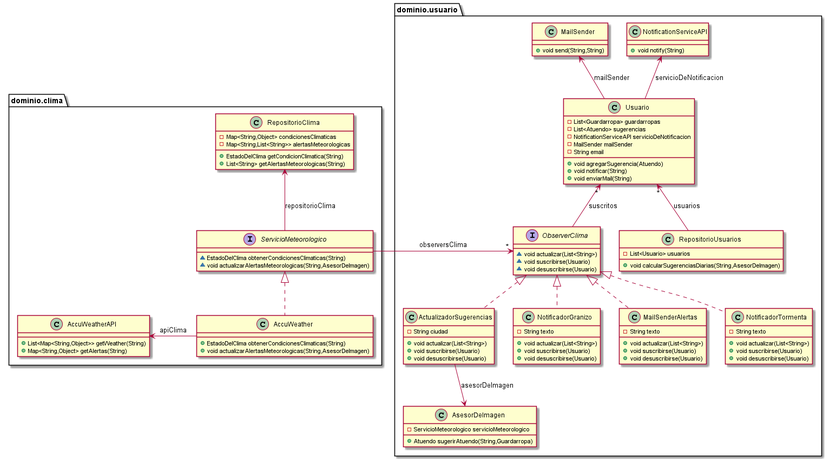
Above: diagramas/qmp6.png in AlejandroDeheza/QMP (PlantUML), before the change.
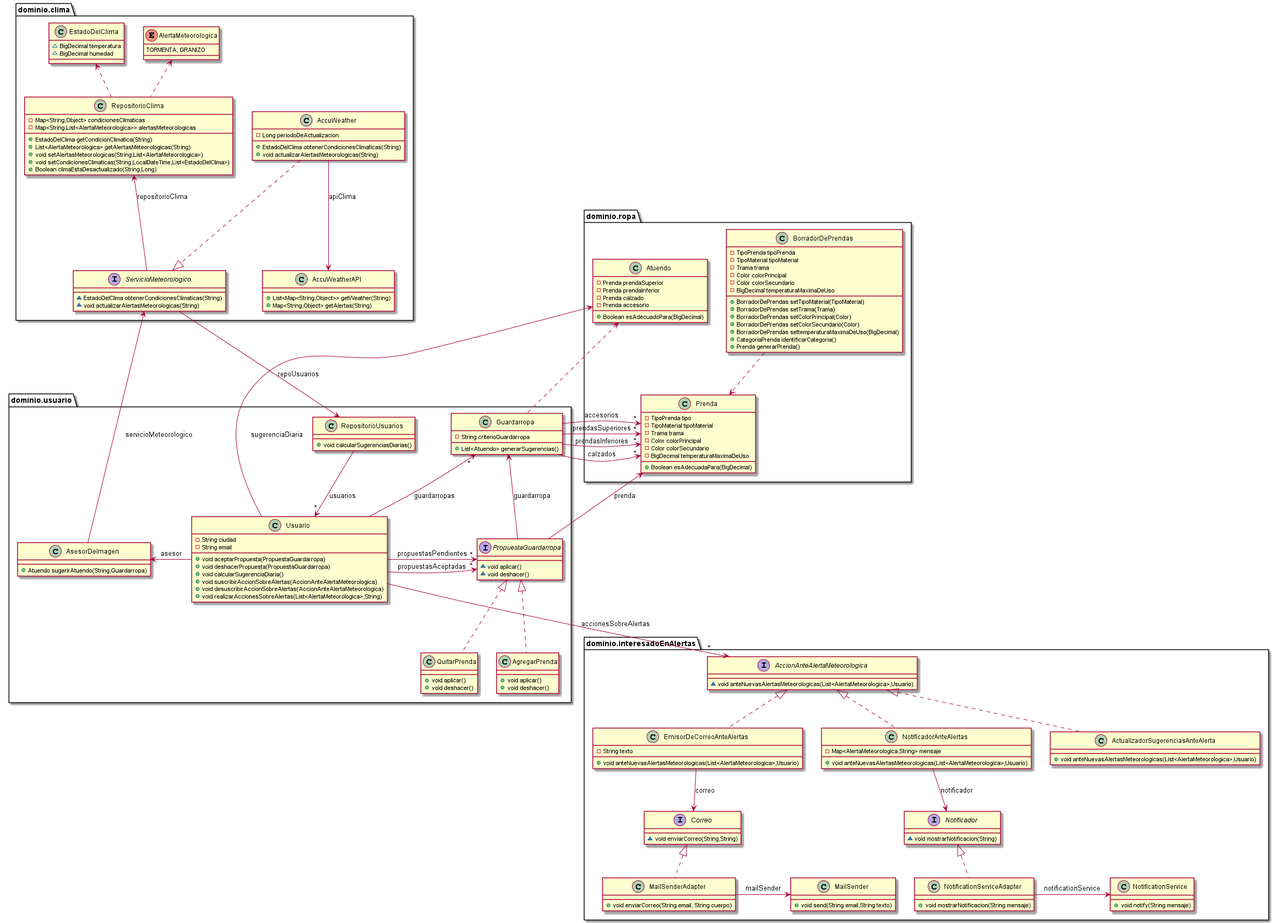
After the change.

Commit message:
agrego diagramas

What changed in the source:
```diff
@@ -1,88 +1,174 @@
 @startuml
 
-class dominio.usuario.NotificationServiceAPI {
-+ void notify(String)
+enum dominio.clima.AlertaMeteorologica {
+  TORMENTA, GRANIZO
 }
-class dominio.usuario.ActualizadorSugerencias {
-- String ciudad
-+ void actualizar(List<String>)
-+ void suscribirse(Usuario)
-+ void desuscribirse(Usuario)
+class dominio.interesadoEnAlertas.NotificationService {
++ void notify(String mensaje)
 }
 class dominio.usuario.Usuario {
-- List<Guardarropa> guardarropas
-- List<Atuendo> sugerencias
-- NotificationServiceAPI servicioDeNotificacion
-- MailSender mailSender
+- String ciudad
 - String email
-+ void agregarSugerencia(Atuendo)
-+ void notificar(String)
-+ void enviarMail(String)
++ void aceptarPropuesta(PropuestaGuardarropa)
++ void deshacerPropuesta(PropuestaGuardarropa)
++ void calcularSugerenciaDiaria()
++ void suscribirAccionSobreAlertas(AccionAnteAlertaMeteorologica)
++ void desuscribirAccionSobreAlertas(AccionAnteAlertaMeteorologica)
++ void realizarAccionesSobreAlertas(List<AlertaMeteorologica>,String)
 }
-class dominio.usuario.NotificadorGranizo {
-- String texto
-+ void actualizar(List<String>)
-+ void suscribirse(Usuario)
-+ void desuscribirse(Usuario)
+class dominio.ropa.BorradorDePrendas {
+- TipoPrenda tipoPrenda
+- TipoMaterial tipoMaterial
+- Trama trama
+- Color colorPrincipal
+- Color colorSecundario
+- BigDecimal temperaturaMaximaDeUso
++ BorradorDePrendas setTipoMaterial(TipoMaterial)
++ BorradorDePrendas setTrama(Trama)
++ BorradorDePrendas setColorPrincipal(Color)
++ BorradorDePrendas setColorSecundario(Color)
++ BorradorDePrendas settemperaturaMaximaDeUso(BigDecimal)
++ CategoriaPrenda identificarCategoria()
++ Prenda generarPrenda()
 }
-interface dominio.usuario.ObserverClima {
-~ void actualizar(List<String>)
-~ void suscribirse(Usuario)
-~ void desuscribirse(Usuario)
+class dominio.usuario.Guardarropa {
+- String criterioGuardarropa
++ List<Atuendo> generarSugerencias()
 }
-class dominio.usuario.MailSenderAlertas {
-- String texto
-+ void actualizar(List<String>)
-+ void suscribirse(Usuario)
-+ void desuscribirse(Usuario)
+class dominio.usuario.AgregarPrenda {
++ void aplicar()
++ void deshacer()
+}
+class dominio.clima.EstadoDelClima {
+~ BigDecimal temperatura
+~ BigDecimal humedad
+}
+class dominio.interesadoEnAlertas.MailSender {
++ void send(String email,String texto)
+}
+class dominio.ropa.Prenda {
+- TipoPrenda tipo
+- TipoMaterial tipoMaterial
+- Trama trama
+- Color colorPrincipal
+- Color colorSecundario
+- BigDecimal temperaturaMaximaDeUso
++ Boolean esAdecuadaPara(BigDecimal)
 }
 class dominio.clima.AccuWeatherAPI {
 + List<Map<String,Object>> getWeather(String)
 + Map<String,Object> getAlertas(String)
 }
+interface dominio.interesadoEnAlertas.Correo {
+~ void enviarCorreo(String,String)
+}
+class dominio.interesadoEnAlertas.ActualizadorSugerenciasAnteAlerta {
++ void anteNuevasAlertasMeteorologicas(List<AlertaMeteorologica>,Usuario)
+}
 class dominio.usuario.AsesorDeImagen {
-- ServicioMeteorologico servicioMeteorologico
 + Atuendo sugerirAtuendo(String,Guardarropa)
 }
+interface dominio.interesadoEnAlertas.Notificador {
+~ void mostrarNotificacion(String)
+}
+class dominio.interesadoEnAlertas.NotificadorAnteAlertas {
+- Map<AlertaMeteorologica,String> mensaje
++ void anteNuevasAlertasMeteorologicas(List<AlertaMeteorologica>,Usuario)
+}
 class dominio.usuario.RepositorioUsuarios {
-- List<Usuario> usuarios
-+ void calcularSugerenciasDiarias(String,AsesorDeImagen)
++ void calcularSugerenciasDiarias()
+}
+class dominio.interesadoEnAlertas.EmisorDeCorreoAnteAlertas {
+- String texto
++ void anteNuevasAlertasMeteorologicas(List<AlertaMeteorologica>,Usuario)
 }
 class dominio.clima.AccuWeather {
+- Long periodoDeActualizacion
 + EstadoDelClima obtenerCondicionesClimaticas(String)
-+ void actualizarAlertasMeteorologicas(String,AsesorDeImagen)
++ void actualizarAlertasMeteorologicas(String)
+}
+class dominio.usuario.QuitarPrenda {
++ void aplicar()
++ void deshacer()
 }
 class dominio.clima.RepositorioClima {
 - Map<String,Object> condicionesClimaticas
-- Map<String,List<String>> alertasMeteorologicas
+- Map<String,List<AlertaMeteorologica>> alertasMeteorologicas
 + EstadoDelClima getCondicionClimatica(String)
-+ List<String> getAlertasMeteorologicas(String)
++ List<AlertaMeteorologica> getAlertasMeteorologicas(String)
++ void setAlertasMeteorologicas(String,List<AlertaMeteorologica>)
++ void setCondicionesClimaticas(String,LocalDateTime,List<EstadoDelClima>)
++ Boolean climaEstaDesactualizado(String,Long)
 }
 interface dominio.clima.ServicioMeteorologico {
 ~ EstadoDelClima obtenerCondicionesClimaticas(String)
-~ void actualizarAlertasMeteorologicas(String,AsesorDeImagen)
+~ void actualizarAlertasMeteorologicas(String)
 }
-class dominio.usuario.NotificadorTormenta {
-- String texto
-+ void actualizar(List<String>)
-+ void suscribirse(Usuario)
-+ void desuscribirse(Usuario)
+interface dominio.interesadoEnAlertas.AccionAnteAlertaMeteorologica {
+~ void anteNuevasAlertasMeteorologicas(List<AlertaMeteorologica>,Usuario)
 }
-class dominio.usuario.MailSender {
-+ void send(String,String)
+interface dominio.usuario.PropuestaGuardarropa {
+~ void aplicar()
+~ void deshacer()
+}
+class dominio.ropa.Atuendo {
+- Prenda prendaSuperior
+- Prenda prendaInferior
+- Prenda calzado
+- Prenda accesorio
++ Boolean esAdecuadoPara(BigDecimal)
 }
 
-dominio.clima.ServicioMeteorologico <|.. dominio.clima.AccuWeather
-dominio.usuario.ObserverClima <|.. dominio.usuario.ActualizadorSugerencias
-dominio.usuario.ObserverClima <|.. dominio.usuario.NotificadorGranizo
-dominio.usuario.ObserverClima <|.. dominio.usuario.MailSenderAlertas
-dominio.usuario.ObserverClima <|.. dominio.usuario.NotificadorTormenta
-dominio.usuario.ObserverClima "*" <-left- dominio.clima.ServicioMeteorologico: observersClima
-dominio.clima.RepositorioClima <-- dominio.clima.ServicioMeteorologico: repositorioClima
-dominio.clima.AccuWeatherAPI <-right- dominio.clima.AccuWeather: apiClima
-dominio.usuario.Usuario "*" <-- dominio.usuario.ObserverClima : suscritos
-dominio.usuario.Usuario "*" <-- dominio.usuario.RepositorioUsuarios: usuarios
-dominio.usuario.NotificationServiceAPI <-- dominio.usuario.Usuario: servicioDeNotificacion
-dominio.usuario.MailSender <-- dominio.usuario.Usuario: mailSender
-dominio.usuario.AsesorDeImagen <-up- dominio.usuario.ActualizadorSugerencias: asesorDeImagen
+class dominio.interesadoEnAlertas.MailSenderAdapter {
++ void enviarCorreo(String email, String cuerpo)
+}
+class dominio.interesadoEnAlertas.NotificationServiceAdapter {
++ void mostrarNotificacion(String mensaje)
+}
+
+dominio.ropa.Prenda <.up. dominio.ropa.BorradorDePrendas
+dominio.ropa.Atuendo <.down. dominio.usuario.Guardarropa
+dominio.clima.EstadoDelClima <.. dominio.clima.RepositorioClima
+dominio.clima.AlertaMeteorologica <.. dominio.clima.RepositorioClima
+
+dominio.usuario.PropuestaGuardarropa <|.. dominio.usuario.AgregarPrenda
+dominio.interesadoEnAlertas.AccionAnteAlertaMeteorologica <|.. dominio.interesadoEnAlertas.ActualizadorSugerenciasAnteAlerta
+dominio.interesadoEnAlertas.AccionAnteAlertaMeteorologica <|.. dominio.interesadoEnAlertas.NotificadorAnteAlertas
+dominio.interesadoEnAlertas.AccionAnteAlertaMeteorologica <|.. dominio.interesadoEnAlertas.EmisorDeCorreoAnteAlertas
+dominio.clima.ServicioMeteorologico <|.up. dominio.clima.AccuWeather
+dominio.usuario.PropuestaGuardarropa <|.. dominio.usuario.QuitarPrenda
+dominio.interesadoEnAlertas.Correo <|.. dominio.interesadoEnAlertas.MailSenderAdapter
+dominio.interesadoEnAlertas.Notificador <|.. dominio.interesadoEnAlertas.NotificationServiceAdapter
+
+dominio.usuario.Guardarropa "*" <-- dominio.usuario.Usuario: guardarropas
+dominio.usuario.PropuestaGuardarropa "*" <-right- dominio.usuario.Usuario: propuestasPendientes
+dominio.usuario.PropuestaGuardarropa "*" <-- dominio.usuario.Usuario: propuestasAceptadas
+dominio.usuario.AsesorDeImagen <-left- dominio.usuario.Usuario: asesor
+dominio.ropa.Atuendo <-- dominio.usuario.Usuario: sugerenciaDiaria
+dominio.interesadoEnAlertas.AccionAnteAlertaMeteorologica "*" <-up- dominio.usuario.Usuario: accionesSobreAlertas
+
+dominio.ropa.Prenda "*" <-right- dominio.usuario.Guardarropa: prendasSuperiores
+dominio.ropa.Prenda "*" <-right- dominio.usuario.Guardarropa: prendasInferiores
+dominio.ropa.Prenda "*" <-right- dominio.usuario.Guardarropa: calzados
+dominio.ropa.Prenda "*" <-right- dominio.usuario.Guardarropa: accesorios
+
+dominio.usuario.Guardarropa <-- dominio.usuario.PropuestaGuardarropa: guardarropa
+dominio.ropa.Prenda <-- dominio.usuario.PropuestaGuardarropa: prenda
+
+dominio.clima.ServicioMeteorologico <-down- dominio.usuario.AsesorDeImagen: servicioMeteorologico
+
+dominio.interesadoEnAlertas.Notificador <-up- dominio.interesadoEnAlertas.NotificadorAnteAlertas: notificador
+
+dominio.usuario.Usuario "*" <-up- dominio.usuario.RepositorioUsuarios: usuarios
+
+dominio.interesadoEnAlertas.Correo <-up- dominio.interesadoEnAlertas.EmisorDeCorreoAnteAlertas: correo
+
+dominio.clima.AccuWeatherAPI <-up- dominio.clima.AccuWeather: apiClima
+
+dominio.clima.RepositorioClima <-down- dominio.clima.ServicioMeteorologico: repositorioClima
+dominio.usuario.RepositorioUsuarios <-up- dominio.clima.ServicioMeteorologico: repoUsuarios
+
+dominio.interesadoEnAlertas.MailSender <-left- dominio.interesadoEnAlertas.MailSenderAdapter: mailSender
+dominio.interesadoEnAlertas.NotificationService <-left- dominio.interesadoEnAlertas.NotificationServiceAdapter: notificationService
+
 @enduml
```
